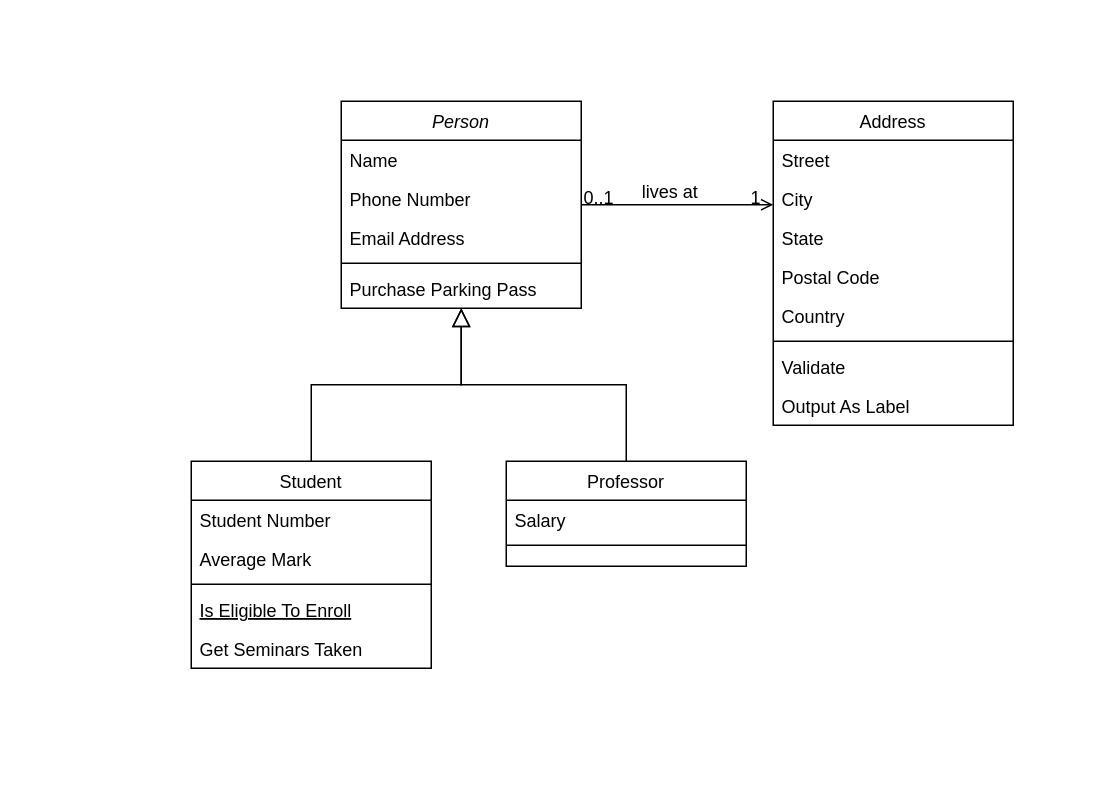
This is Nymble.drawio from abhigyantiwari42/nymble, a draw.io file, before an edit. Source tidied: cells renumbered, new cells numbered last; positions are measured from the earlier drawing's top-left corner, leaving out a move shared by most shapes. Both pictures are drawn from the tidied source at 150%, with x=0, y=0 at pixel (190, 100).
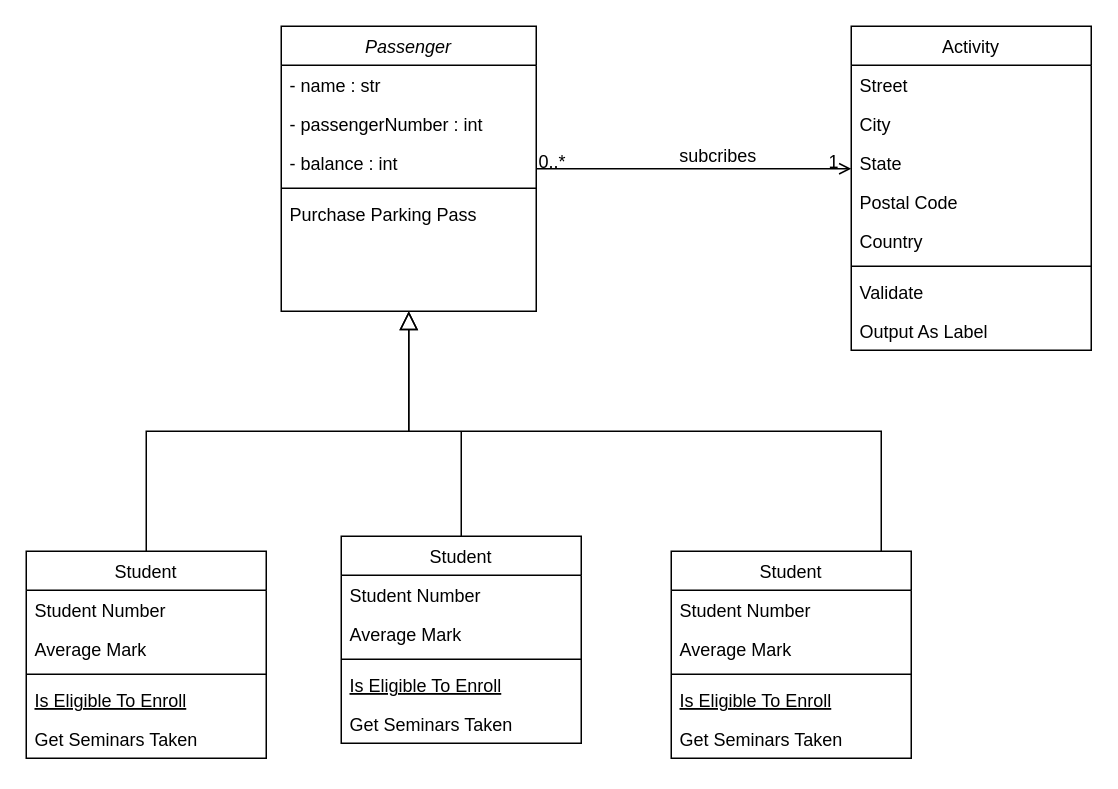
Above is the later version.

The change refers to these unchanged cells:
```xml
<mxCell id="28" style="endArrow=open;shadow=0;strokeWidth=1;rounded=0;curved=0;endFill=1;edgeStyle=elbowEdgeStyle;elbow=vertical;" parent="1" edge="1" source="2" target="19">
  <mxGeometry x="0.5" y="41" relative="1" as="geometry">
    <mxPoint x="-40" y="32" as="offset" />
  </mxGeometry>
</mxCell>
```

Change to the diagram source:
```diff
@@
-    <mxCell id="2" value="Person" style="swimlane;fontStyle=2;align=center;verticalAlign=top;horizontal=1;startSize=26;rounded=0;shadow=0;strokeWidth=1;" parent="1" vertex="1">
-      <mxGeometry x="100" width="160" height="138" as="geometry" />
+    <mxCell id="2" value="Passenger" style="swimlane;fontStyle=2;align=center;verticalAlign=top;horizontal=1;startSize=26;rounded=0;shadow=0;strokeWidth=1;" parent="1" vertex="1">
+      <mxGeometry x="60" y="-50" width="170" height="190" as="geometry" />
     </mxCell>
-    <mxCell id="3" value="Name" style="text;align=left;verticalAlign=top;spacingLeft=4;spacingRight=4;overflow=hidden;" parent="2" vertex="1">
-      <mxGeometry y="26" width="160" height="26" as="geometry" />
+    <mxCell id="3" value="- name : str" style="text;align=left;verticalAlign=top;spacingLeft=4;spacingRight=4;overflow=hidden;" parent="2" vertex="1">
+      <mxGeometry y="26" width="170" height="26" as="geometry" />
     </mxCell>
-    <mxCell id="4" value="Phone Number" style="text;align=left;verticalAlign=top;spacingLeft=4;spacingRight=4;overflow=hidden;rounded=0;shadow=0;html=0;" parent="2" vertex="1">
-      <mxGeometry y="52" width="160" height="26" as="geometry" />
+    <mxCell id="4" value="- passengerNumber : int" style="text;align=left;verticalAlign=top;spacingLeft=4;spacingRight=4;overflow=hidden;rounded=0;shadow=0;html=0;" parent="2" vertex="1">
+      <mxGeometry y="52" width="170" height="26" as="geometry" />
     </mxCell>
-    <mxCell id="5" value="Email Address" style="text;align=left;verticalAlign=top;spacingLeft=4;spacingRight=4;overflow=hidden;rounded=0;shadow=0;html=0;" parent="2" vertex="1">
-      <mxGeometry y="78" width="160" height="26" as="geometry" />
+    <mxCell id="5" value="- balance : int" style="text;align=left;verticalAlign=top;spacingLeft=4;spacingRight=4;overflow=hidden;rounded=0;shadow=0;html=0;" parent="2" vertex="1">
+      <mxGeometry y="78" width="170" height="26" as="geometry" />
     </mxCell>
     <mxCell id="6" style="line;html=1;strokeWidth=1;align=left;verticalAlign=middle;spacingTop=-1;spacingLeft=3;spacingRight=3;labelPosition=right;" parent="2" vertex="1">
-      <mxGeometry y="104" width="160" height="8" as="geometry" />
+      <mxGeometry y="104" width="170" height="8" as="geometry" />
     </mxCell>
     <mxCell id="7" value="Purchase Parking Pass" style="text;align=left;verticalAlign=top;spacingLeft=4;spacingRight=4;overflow=hidden;" parent="2" vertex="1">
-      <mxGeometry y="112" width="160" height="26" as="geometry" />
+      <mxGeometry y="112" width="170" height="26" as="geometry" />
     </mxCell>
     <mxCell id="8" value="Student" style="swimlane;fontStyle=0;align=center;verticalAlign=top;horizontal=1;startSize=26;rounded=0;shadow=0;strokeWidth=1;" parent="1" vertex="1">
-      <mxGeometry y="240" width="160" height="138" as="geometry" />
+      <mxGeometry x="-110" y="300" width="160" height="138" as="geometry" />
     </mxCell>
@@
-    <mxCell id="15" value="Professor" style="swimlane;fontStyle=0;align=center;verticalAlign=top;horizontal=1;startSize=26;rounded=0;shadow=0;strokeWidth=1;" parent="1" vertex="1">
-      <mxGeometry x="210" y="240" width="160" height="70" as="geometry" />
-    </mxCell>
-    <mxCell id="16" value="Salary" style="text;align=left;verticalAlign=top;spacingLeft=4;spacingRight=4;overflow=hidden;" parent="15" vertex="1">
-      <mxGeometry y="26" width="160" height="26" as="geometry" />
-    </mxCell>
-    <mxCell id="17" style="line;html=1;strokeWidth=1;align=left;verticalAlign=middle;spacingTop=-1;spacingLeft=3;spacingRight=3;labelPosition=right;" parent="15" vertex="1">
-      <mxGeometry y="52" width="160" height="8" as="geometry" />
-    </mxCell>
-    <mxCell id="18" style="endArrow=block;endSize=10;endFill=0;shadow=0;strokeWidth=1;rounded=0;curved=0;edgeStyle=elbowEdgeStyle;elbow=vertical;" parent="1" edge="1" source="15" target="2">
-      <mxGeometry relative="1" as="geometry" />
+    <mxCell id="18" style="endArrow=block;endSize=10;endFill=0;shadow=0;strokeWidth=1;rounded=0;curved=0;edgeStyle=elbowEdgeStyle;elbow=vertical;" parent="1" edge="1" target="2">
+      <mxGeometry relative="1" as="geometry">
+        <mxPoint x="460" y="300" as="sourcePoint" />
+      </mxGeometry>
     </mxCell>
-    <mxCell id="19" value="Address" style="swimlane;fontStyle=0;align=center;verticalAlign=top;horizontal=1;startSize=26;rounded=0;shadow=0;strokeWidth=1;" parent="1" vertex="1">
-      <mxGeometry x="388" width="160" height="216" as="geometry" />
+    <mxCell id="19" value="Activity" style="swimlane;fontStyle=0;align=center;verticalAlign=top;horizontal=1;startSize=26;rounded=0;shadow=0;strokeWidth=1;" parent="1" vertex="1">
+      <mxGeometry x="440" y="-50" width="160" height="216" as="geometry" />
     </mxCell>
@@
-    <mxCell id="29" value="0..1" style="align=left;verticalAlign=bottom;labelBackgroundColor=none;fontSize=12;" parent="28" vertex="1">
+    <mxCell id="29" value="0..*" style="align=left;verticalAlign=bottom;labelBackgroundColor=none;fontSize=12;" parent="28" vertex="1">
       <mxGeometry x="-1" relative="1" as="geometry">
         <mxPoint y="4" as="offset" />
       </mxGeometry>
     </mxCell>
@@
-    <mxCell id="31" value="lives at" style="text;html=1;align=center;verticalAlign=middle;labelBackgroundColor=none;rounded=0;shadow=0;strokeWidth=1;fontSize=12;" parent="28" vertex="1">
+    <mxCell id="31" value="subcribes" style="text;html=1;align=center;verticalAlign=middle;labelBackgroundColor=none;rounded=0;shadow=0;strokeWidth=1;fontSize=12;" parent="28" vertex="1">
       <mxGeometry x="0.5" y="49" relative="1" as="geometry">
         <mxPoint x="-38" y="40" as="offset" />
       </mxGeometry>
     </mxCell>
+    <mxCell id="32" value="Student" style="swimlane;fontStyle=0;align=center;verticalAlign=top;horizontal=1;startSize=26;rounded=0;shadow=0;strokeWidth=1;" parent="1" vertex="1">
+      <mxGeometry x="100" y="290" width="160" height="138" as="geometry" />
+    </mxCell>
+    <mxCell id="33" value="Student Number" style="text;align=left;verticalAlign=top;spacingLeft=4;spacingRight=4;overflow=hidden;" parent="32" vertex="1">
+      <mxGeometry y="26" width="160" height="26" as="geometry" />
+    </mxCell>
+    <mxCell id="34" value="Average Mark" style="text;align=left;verticalAlign=top;spacingLeft=4;spacingRight=4;overflow=hidden;rounded=0;shadow=0;html=0;" parent="32" vertex="1">
+      <mxGeometry y="52" width="160" height="26" as="geometry" />
+    </mxCell>
+    <mxCell id="35" style="line;html=1;strokeWidth=1;align=left;verticalAlign=middle;spacingTop=-1;spacingLeft=3;spacingRight=3;labelPosition=right;" parent="32" vertex="1">
+      <mxGeometry y="78" width="160" height="8" as="geometry" />
+    </mxCell>
+    <mxCell id="36" value="Is Eligible To Enroll" style="text;align=left;verticalAlign=top;spacingLeft=4;spacingRight=4;overflow=hidden;fontStyle=4;" parent="32" vertex="1">
+      <mxGeometry y="86" width="160" height="26" as="geometry" />
+    </mxCell>
+    <mxCell id="37" value="Get Seminars Taken" style="text;align=left;verticalAlign=top;spacingLeft=4;spacingRight=4;overflow=hidden;" parent="32" vertex="1">
+      <mxGeometry y="112" width="160" height="26" as="geometry" />
+    </mxCell>
+    <mxCell id="38" value="Student" style="swimlane;fontStyle=0;align=center;verticalAlign=top;horizontal=1;startSize=26;rounded=0;shadow=0;strokeWidth=1;" parent="1" vertex="1">
+      <mxGeometry x="320" y="300" width="160" height="138" as="geometry" />
+    </mxCell>
+    <mxCell id="39" value="Student Number" style="text;align=left;verticalAlign=top;spacingLeft=4;spacingRight=4;overflow=hidden;" parent="38" vertex="1">
+      <mxGeometry y="26" width="160" height="26" as="geometry" />
+    </mxCell>
+    <mxCell id="40" value="Average Mark" style="text;align=left;verticalAlign=top;spacingLeft=4;spacingRight=4;overflow=hidden;rounded=0;shadow=0;html=0;" parent="38" vertex="1">
+      <mxGeometry y="52" width="160" height="26" as="geometry" />
+    </mxCell>
+    <mxCell id="41" style="line;html=1;strokeWidth=1;align=left;verticalAlign=middle;spacingTop=-1;spacingLeft=3;spacingRight=3;labelPosition=right;" parent="38" vertex="1">
+      <mxGeometry y="78" width="160" height="8" as="geometry" />
+    </mxCell>
+    <mxCell id="42" value="Is Eligible To Enroll" style="text;align=left;verticalAlign=top;spacingLeft=4;spacingRight=4;overflow=hidden;fontStyle=4;" parent="38" vertex="1">
+      <mxGeometry y="86" width="160" height="26" as="geometry" />
+    </mxCell>
+    <mxCell id="43" value="Get Seminars Taken" style="text;align=left;verticalAlign=top;spacingLeft=4;spacingRight=4;overflow=hidden;" parent="38" vertex="1">
+      <mxGeometry y="112" width="160" height="26" as="geometry" />
+    </mxCell>
+    <mxCell id="44" style="endArrow=none;html=1;rounded=0;exitX=0.5;exitY=0;exitDx=0;exitDy=0;" parent="1" edge="1" source="32">
+      <mxGeometry relative="1" as="geometry">
+        <mxPoint x="180" y="220" as="targetPoint" />
+      </mxGeometry>
+    </mxCell>
```
